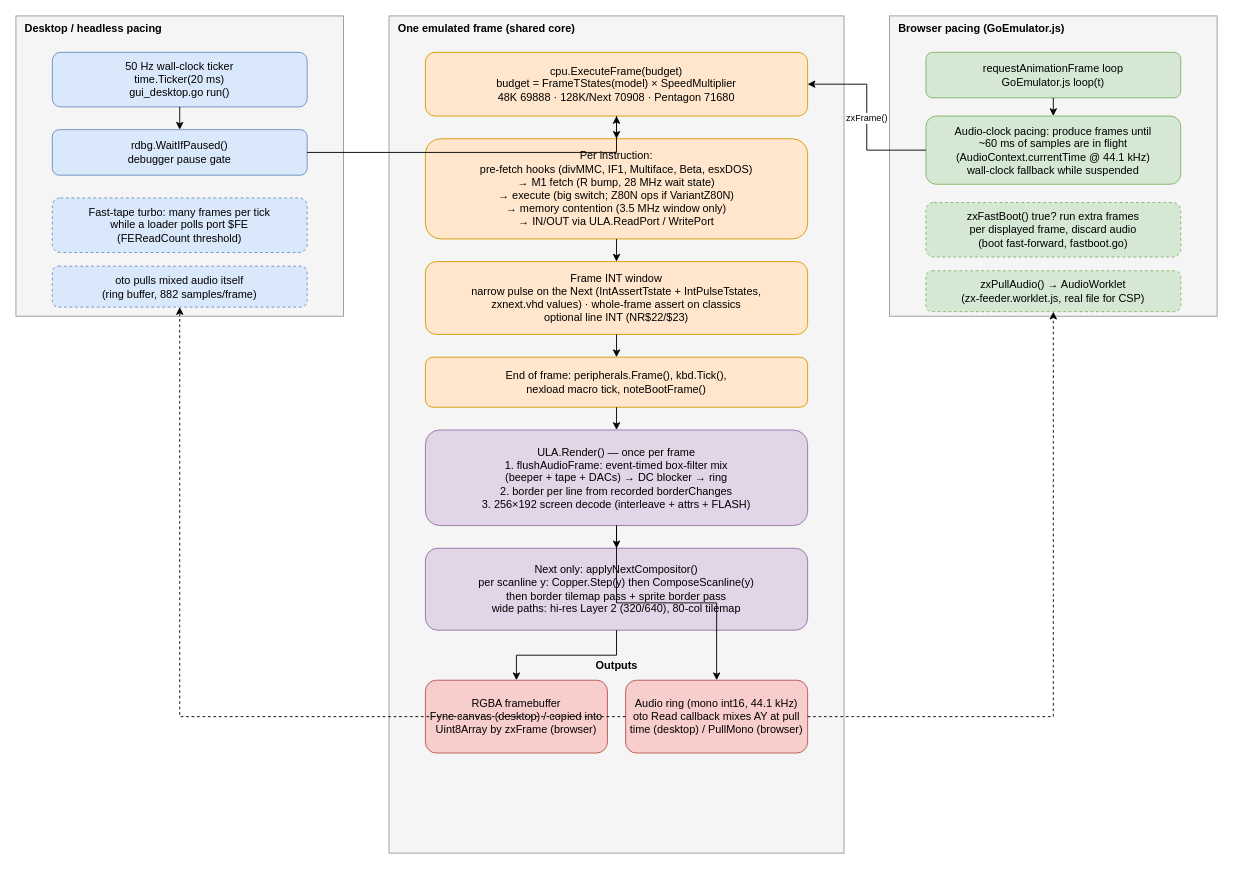
This is packages/emulator-core/zx_go/docs/architecture/diagrams/frame-loop.drawio from stever/zxcode, a draw.io file, before an edit. Source tidied: cells renumbered, new cells numbered last; positions are measured from the earlier drawing's top-left corner, leaving out a move shared by most shapes. Both pictures are drawn from the tidied source at 91%, with x=0, y=0 at pixel (15, 15).
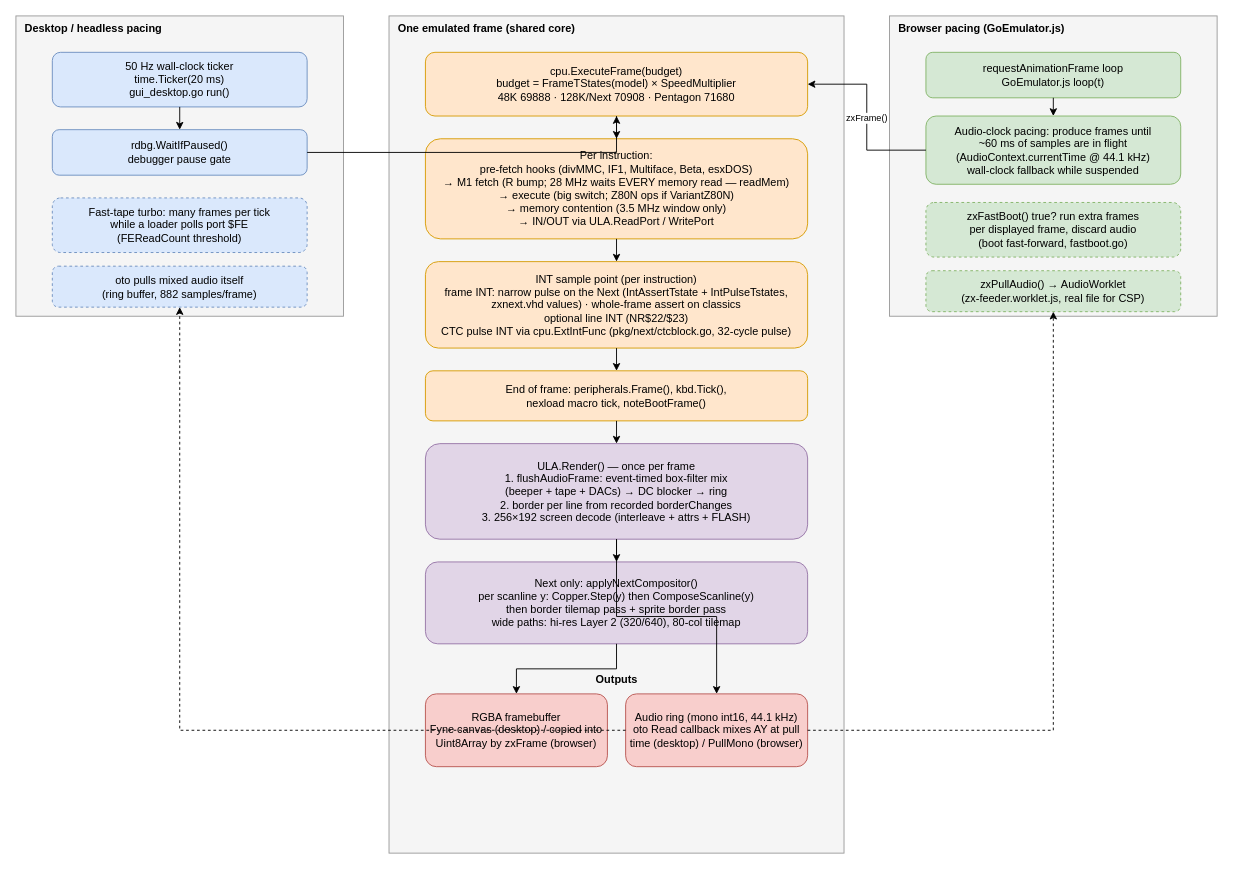
The same page after the edit.

The edit, as a diff of the source:
```diff
@@
-    <mxCell id="14" value="Per instruction:&#10;pre-fetch hooks (divMMC, IF1, Multiface, Beta, esxDOS)&#10;→ M1 fetch (R bump, 28 MHz wait state)&#10;→ execute (big switch; Z80N ops if VariantZ80N)&#10;→ memory contention (3.5 MHz window only)&#10;→ IN/OUT via ULA.ReadPort / WritePort" style="rounded=1;whiteSpace=wrap;html=1;fillColor=#ffe6cc;strokeColor=#d79b00;" parent="1" vertex="1">
+    <mxCell id="14" value="Per instruction:&#10;pre-fetch hooks (divMMC, IF1, Multiface, Beta, esxDOS)&#10;→ M1 fetch (R bump; 28 MHz waits EVERY memory read — readMem)&#10;→ execute (big switch; Z80N ops if VariantZ80N)&#10;→ memory contention (3.5 MHz window only)&#10;→ IN/OUT via ULA.ReadPort / WritePort" style="rounded=1;whiteSpace=wrap;html=1;fillColor=#ffe6cc;strokeColor=#d79b00;" parent="1" vertex="1">
       <mxGeometry x="450" y="135" width="420" height="110" as="geometry" />
     </mxCell>
-    <mxCell id="15" value="Frame INT window&#10;narrow pulse on the Next (IntAssertTstate + IntPulseTstates,&#10;zxnext.vhd values) · whole-frame assert on classics&#10;optional line INT (NR$22/$23)" style="rounded=1;whiteSpace=wrap;html=1;fillColor=#ffe6cc;strokeColor=#d79b00;" parent="1" vertex="1">
-      <mxGeometry x="450" y="270" width="420" height="80" as="geometry" />
+    <mxCell id="15" value="INT sample point (per instruction)&#10;frame INT: narrow pulse on the Next (IntAssertTstate + IntPulseTstates,&#10;zxnext.vhd values) · whole-frame assert on classics&#10;optional line INT (NR$22/$23)&#10;CTC pulse INT via cpu.ExtIntFunc (pkg/next/ctcblock.go, 32-cycle pulse)" style="rounded=1;whiteSpace=wrap;html=1;fillColor=#ffe6cc;strokeColor=#d79b00;" parent="1" vertex="1">
+      <mxGeometry x="450" y="270" width="420" height="95" as="geometry" />
     </mxCell>
     <mxCell id="16" value="End of frame: peripherals.Frame(), kbd.Tick(),&#10;nexload macro tick, noteBootFrame()" style="rounded=1;whiteSpace=wrap;html=1;fillColor=#ffe6cc;strokeColor=#d79b00;" parent="1" vertex="1">
-      <mxGeometry x="450" y="375" width="420" height="55" as="geometry" />
+      <mxGeometry x="450" y="390" width="420" height="55" as="geometry" />
     </mxCell>
     <mxCell id="17" value="ULA.Render() — once per frame&#10;1. flushAudioFrame: event-timed box-filter mix&#10;   (beeper + tape + DACs) → DC blocker → ring&#10;2. border per line from recorded borderChanges&#10;3. 256×192 screen decode (interleave + attrs + FLASH)" style="rounded=1;whiteSpace=wrap;html=1;fillColor=#e1d5e7;strokeColor=#9673a6;" parent="1" vertex="1">
-      <mxGeometry x="450" y="455" width="420" height="105" as="geometry" />
+      <mxGeometry x="450" y="470" width="420" height="105" as="geometry" />
     </mxCell>
     <mxCell id="18" value="Next only: applyNextCompositor()&#10;per scanline y: Copper.Step(y) then ComposeScanline(y)&#10;then border tilemap pass + sprite border pass&#10;wide paths: hi-res Layer 2 (320/640), 80-col tilemap" style="rounded=1;whiteSpace=wrap;html=1;fillColor=#e1d5e7;strokeColor=#9673a6;" parent="1" vertex="1">
-      <mxGeometry x="450" y="585" width="420" height="90" as="geometry" />
+      <mxGeometry x="450" y="600" width="420" height="90" as="geometry" />
     </mxCell>
     <mxCell id="19" value="Outputs" style="text;html=1;fontStyle=1;align=center;" parent="1" vertex="1">
-      <mxGeometry x="450" y="700" width="420" height="20" as="geometry" />
+      <mxGeometry x="450" y="715" width="420" height="20" as="geometry" />
     </mxCell>
     <mxCell id="20" value="RGBA framebuffer&#10;Fyne canvas (desktop) / copied into&#10;Uint8Array by zxFrame (browser)" style="rounded=1;whiteSpace=wrap;html=1;fillColor=#f8cecc;strokeColor=#b85450;" parent="1" vertex="1">
-      <mxGeometry x="450" y="730" width="200" height="80" as="geometry" />
+      <mxGeometry x="450" y="745" width="200" height="80" as="geometry" />
     </mxCell>
     <mxCell id="21" value="Audio ring (mono int16, 44.1 kHz)&#10;oto Read callback mixes AY at pull&#10;time (desktop) / PullMono (browser)" style="rounded=1;whiteSpace=wrap;html=1;fillColor=#f8cecc;strokeColor=#b85450;" parent="1" vertex="1">
-      <mxGeometry x="670" y="730" width="200" height="80" as="geometry" />
+      <mxGeometry x="670" y="745" width="200" height="80" as="geometry" />
     </mxCell>
```
